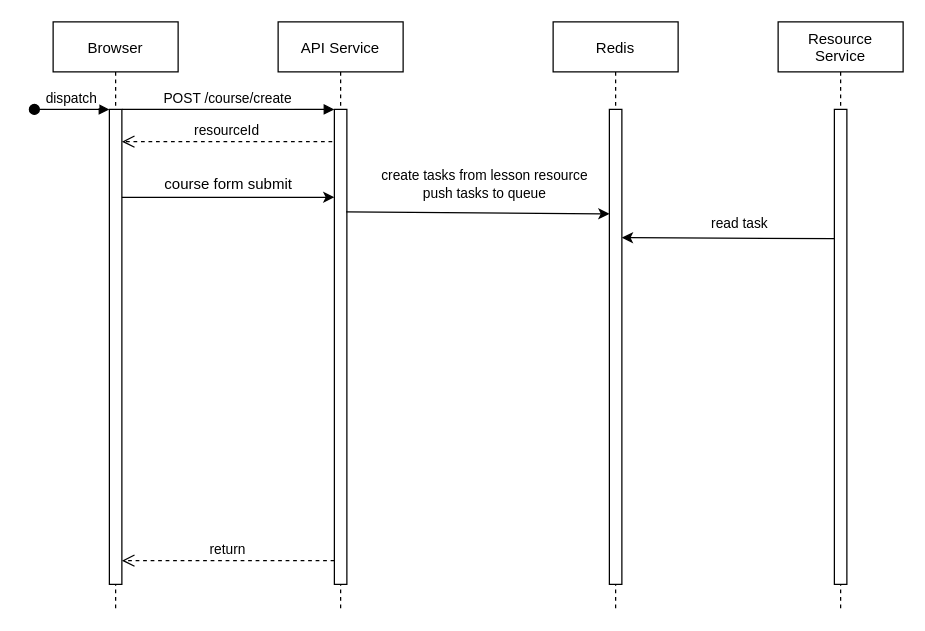
Above: Untitled Diagram.drawio in wen-templari/wen-templari (draw.io), before the change. Source tidied: cells renumbered, new cells numbered last; positions are measured from the earlier drawing's top-left corner, leaving out a move shared by most shapes. Both pictures are drawn from the tidied source at 125%, with x=0, y=0 at pixel (34, 21).
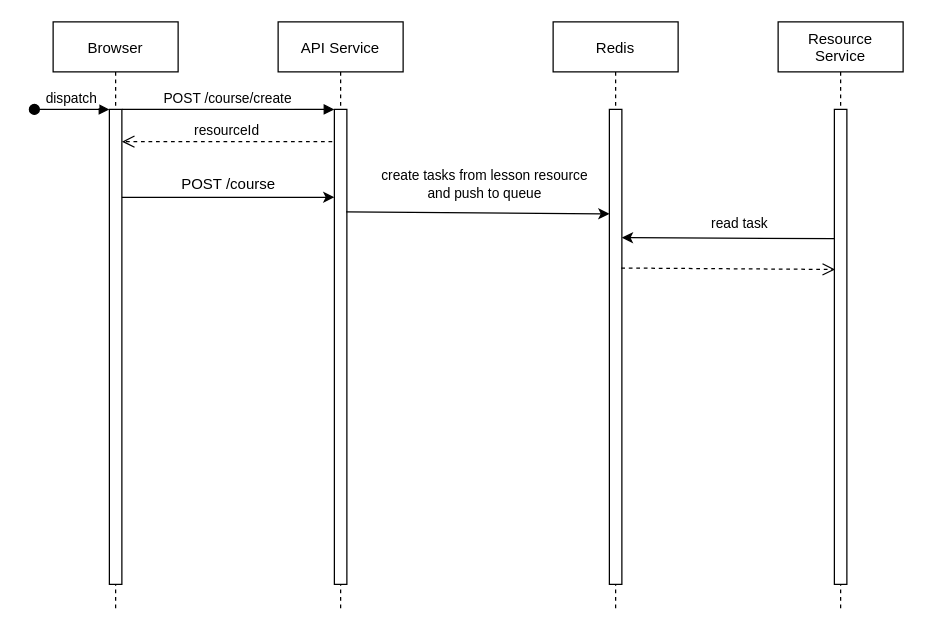
Above is the later version.

The change refers to these unchanged cells:
```xml
<mxCell id="3" style="points=[];perimeter=orthogonalPerimeter;rounded=0;shadow=0;strokeWidth=1;" parent="2" vertex="1">
  <mxGeometry x="45" y="70" width="10" height="380" as="geometry" />
</mxCell>
<mxCell id="6" style="points=[];perimeter=orthogonalPerimeter;rounded=0;shadow=0;strokeWidth=1;" parent="5" vertex="1">
  <mxGeometry x="45" y="70" width="10" height="380" as="geometry" />
</mxCell>
<mxCell id="10" style="points=[];perimeter=orthogonalPerimeter;rounded=0;shadow=0;strokeWidth=1;" parent="9" vertex="1">
  <mxGeometry x="45" y="70" width="10" height="380" as="geometry" />
</mxCell>
<mxCell id="12" style="points=[];perimeter=orthogonalPerimeter;rounded=0;shadow=0;strokeWidth=1;" parent="11" vertex="1">
  <mxGeometry x="45" y="70" width="10" height="380" as="geometry" />
</mxCell>
<mxCell id="16" style="endArrow=classic;html=1;rounded=0;entryX=0.007;entryY=0.22;entryDx=0;entryDy=0;entryPerimeter=0;exitX=0.948;exitY=0.216;exitDx=0;exitDy=0;exitPerimeter=0;" parent="1" edge="1" source="6" target="10">
  <mxGeometry relative="1" as="geometry" />
</mxCell>
```

The edit, as a diff of the source:
```diff
@@
-    <mxCell id="7" value="return" style="verticalAlign=bottom;endArrow=open;dashed=1;endSize=8;exitX=0;exitY=0.95;shadow=0;strokeWidth=1;" parent="1" edge="1" source="6" target="3">
-      <mxGeometry relative="1" as="geometry" />
-    </mxCell>
@@
-    <mxCell id="15" value="course form submit" style="text;html=1;align=center;verticalAlign=middle;strokeColor=none;fillColor=none;" parent="1" vertex="1">
-      <mxGeometry x="90" y="115" width="130" height="30" as="geometry" />
+    <mxCell id="15" value="POST /course" style="text;html=1;align=center;verticalAlign=middle;strokeColor=none;fillColor=none;" parent="1" vertex="1">
+      <mxGeometry x="105" y="115" width="100" height="30" as="geometry" />
     </mxCell>
@@
-    <mxCell id="17" value="create tasks from lesson resource&lt;br&gt;push tasks to queue" style="edgeLabel;html=1;align=center;verticalAlign=middle;" parent="16" vertex="1">
+    <mxCell id="17" value="create tasks from lesson resource&lt;br&gt;and push to queue" style="edgeLabel;html=1;align=center;verticalAlign=middle;" parent="16" vertex="1">
       <mxGeometry x="-0.07" y="2" relative="1" as="geometry">
         <mxPoint x="12" y="-21" as="offset" />
       </mxGeometry>
     </mxCell>
@@
+    <mxCell id="20" style="verticalAlign=bottom;endArrow=open;dashed=1;endSize=8;shadow=0;strokeWidth=1;entryX=0.061;entryY=0.337;entryDx=0;entryDy=0;entryPerimeter=0;exitX=0.953;exitY=0.334;exitDx=0;exitDy=0;exitPerimeter=0;" parent="1" edge="1" source="10" target="12">
+      <mxGeometry relative="1" as="geometry" />
+    </mxCell>
```
